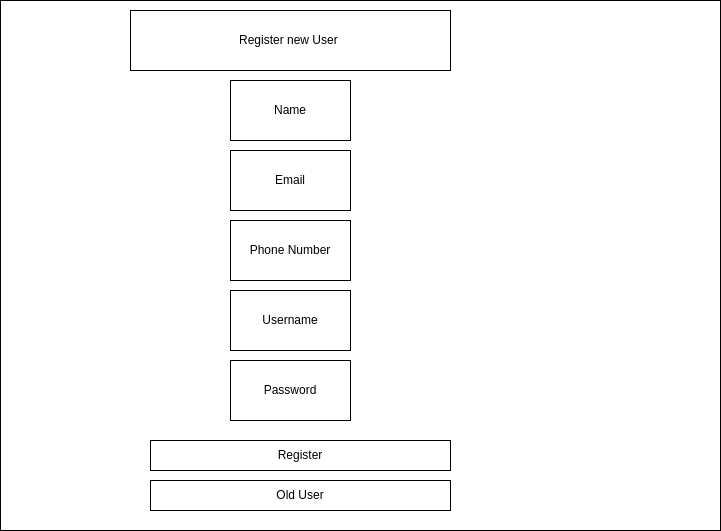
Before: RegistrationPageUi.drawio.png, a diagram exported from draw.io (cdac-project-2025/project-diagrams). Source tidied: cells renumbered, new cells last; positions are measured from the earlier drawing's top-left corner, leaving out a move shared by most shapes.
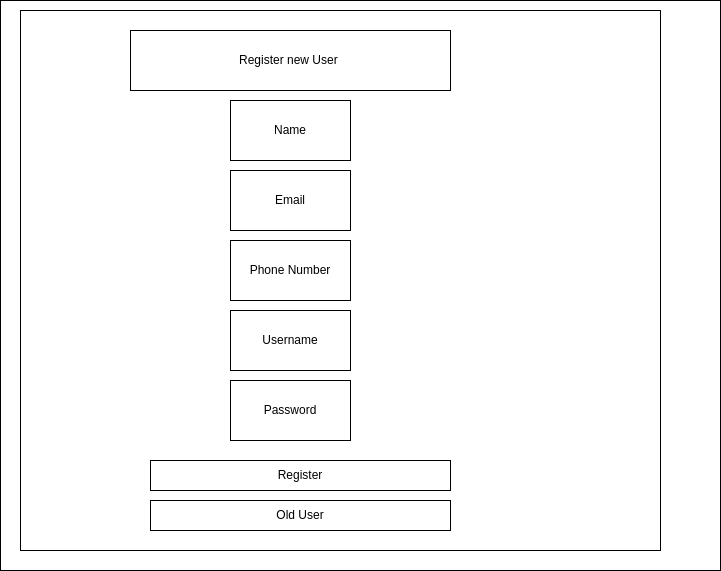
After the commit.

What changed in the source:
```diff
@@ -3,8 +3,11 @@
     <mxCell id="0" />
     <mxCell id="1" parent="0" />
     <mxCell id="2" style="rounded=0;whiteSpace=wrap;html=1;" parent="1" vertex="1">
-      <mxGeometry width="720" height="530" as="geometry" />
+      <mxGeometry y="-20" width="720" height="570" as="geometry" />
     </mxCell>
+    <mxCell id="11" style="rounded=0;whiteSpace=wrap;html=1;" parent="1" vertex="1">
+      <mxGeometry x="20" y="-10" width="640" height="540" as="geometry" />
+    </mxCell>
     <mxCell id="3" value="Register new User&amp;nbsp;" style="rounded=0;whiteSpace=wrap;html=1;" parent="1" vertex="1">
       <mxGeometry x="130" y="10" width="320" height="60" as="geometry" />
     </mxCell>
```
